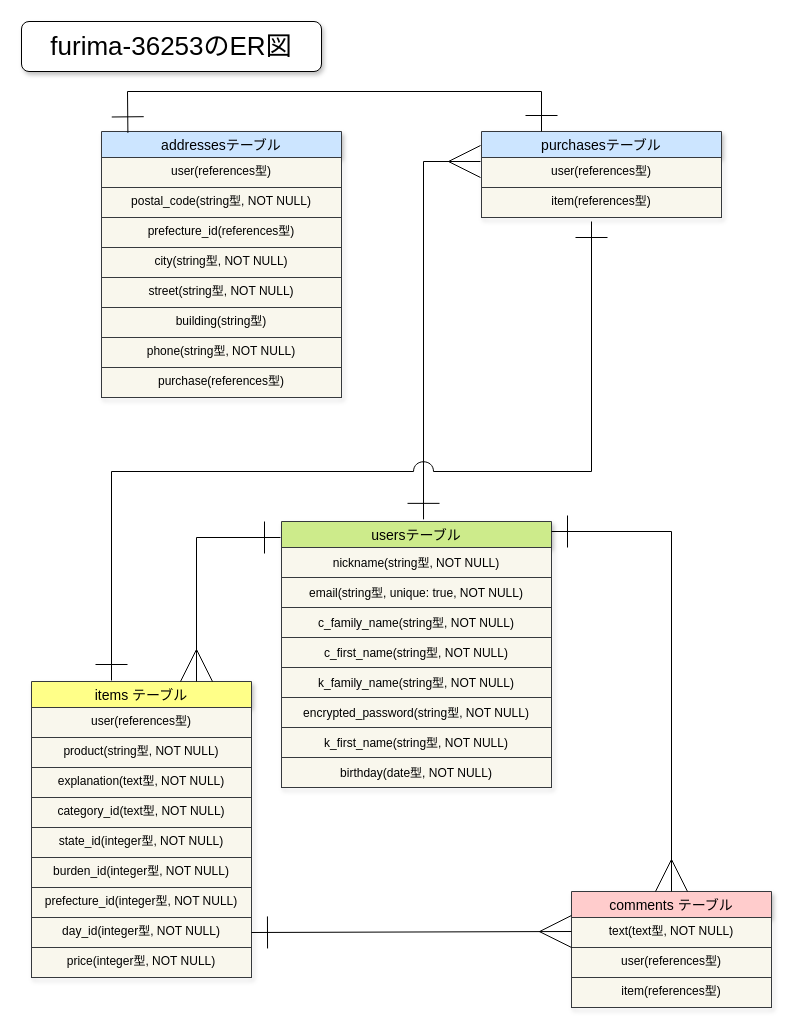
Before: furima-36253.dio in oisiibutaniku/furima-36253, a draw.io diagram. Source tidied: cells renumbered, new cells numbered last; positions are measured from the earlier drawing's top-left corner, leaving out a move shared by most shapes. Both pictures are drawn from the tidied source at 100%, with x=0, y=0 at pixel (21, 21).
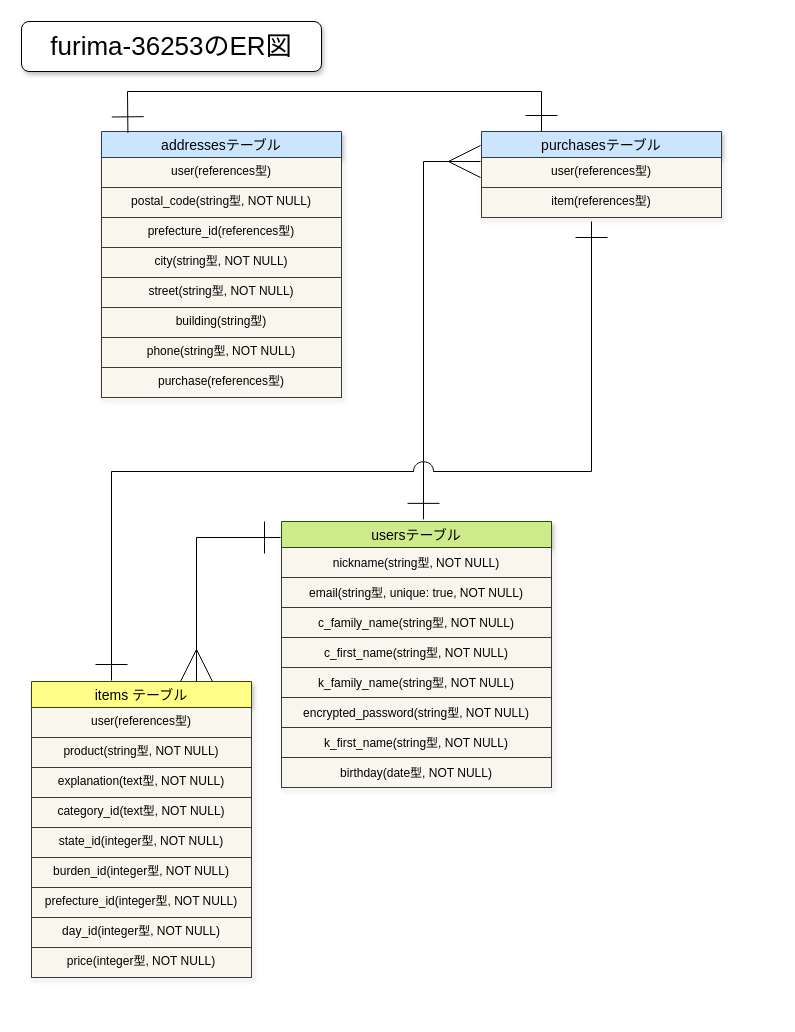
After the change.

The change refers to these unchanged cells:
```xml
<mxCell id="19" value="day_id(integer型, NOT NULL)" style="text;strokeColor=#36393d;fillColor=#f9f7ed;spacingLeft=4;spacingRight=4;overflow=hidden;points=[[0,0.5],[1,0.5]];portConstraint=eastwest;fontSize=12;align=center;" parent="11" vertex="1">
  <mxGeometry y="236" width="220" height="30" as="geometry" />
</mxCell>
```

Diff of the diagram source:
```diff
@@
-    <mxCell id="21" value="comments テーブル" style="swimlane;fontStyle=0;horizontal=1;startSize=26;align=center;fontSize=14;fillColor=#ffcccc;strokeColor=#36393d;shadow=1;" parent="1" vertex="1">
-      <mxGeometry x="550" y="870" width="200" height="116" as="geometry" />
-    </mxCell>
-    <mxCell id="22" value="text(text型, NOT NULL)" style="text;strokeColor=#36393d;fillColor=#f9f7ed;spacingLeft=4;spacingRight=4;overflow=hidden;fontSize=12;align=center;" parent="21" vertex="1">
-      <mxGeometry y="26" width="200" height="30" as="geometry" />
-    </mxCell>
-    <mxCell id="23" value="user(references型)" style="text;strokeColor=#36393d;fillColor=#f9f7ed;spacingLeft=4;spacingRight=4;overflow=hidden;fontSize=12;align=center;" parent="21" vertex="1">
-      <mxGeometry y="56" width="200" height="30" as="geometry" />
-    </mxCell>
-    <mxCell id="24" value="item(references型)" style="text;strokeColor=#36393d;fillColor=#f9f7ed;spacingLeft=4;spacingRight=4;overflow=hidden;fontSize=12;align=center;" parent="21" vertex="1">
-      <mxGeometry y="86" width="200" height="30" as="geometry" />
-    </mxCell>
@@
-    <mxCell id="35" style="endArrow=ERmany;html=1;rounded=0;fontSize=12;endFill=0;startArrow=ERone;startFill=0;exitX=1;exitY=0.5;exitDx=0;exitDy=0;endSize=30;targetPerimeterSpacing=0;startSize=30;" parent="1" edge="1" source="19">
-      <mxGeometry relative="1" as="geometry">
-        <mxPoint x="550" y="910" as="targetPoint" />
-      </mxGeometry>
-    </mxCell>
-    <mxCell id="36" style="html=1;align=right;verticalAlign=bottom;" parent="35" vertex="1">
-      <mxGeometry x="1" relative="1" as="geometry" />
-    </mxCell>
-    <mxCell id="37" style="endArrow=ERmany;html=1;rounded=0;fontSize=12;entryX=0.5;entryY=0;entryDx=0;entryDy=0;endFill=0;startArrow=ERone;startFill=0;endSize=30;startSize=30;" parent="1" edge="1" target="21">
-      <mxGeometry relative="1" as="geometry">
-        <mxPoint x="530" y="510" as="sourcePoint" />
-        <Array as="points">
-          <mxPoint x="650" y="510" />
-        </Array>
-      </mxGeometry>
-    </mxCell>
```
